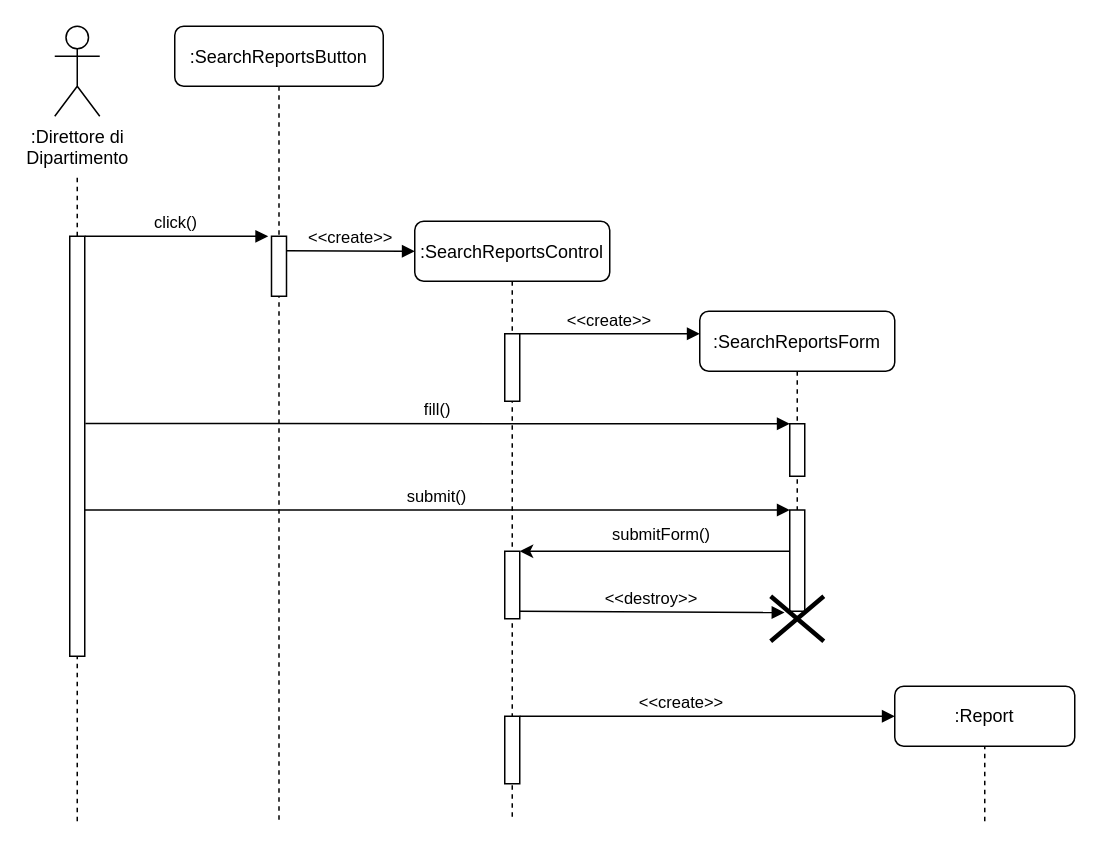
Earlier version of the draw.io diagram Documentazione/Resources/Sequence Diagram SearchReport.drawio (Alberto-00/EasyPass). Source tidied: cells renumbered, new cells numbered last; positions are measured from the earlier drawing's top-left corner, leaving out a move shared by most shapes. Both pictures are drawn from the tidied source at 150%, with x=0, y=0 at pixel (54, 26).
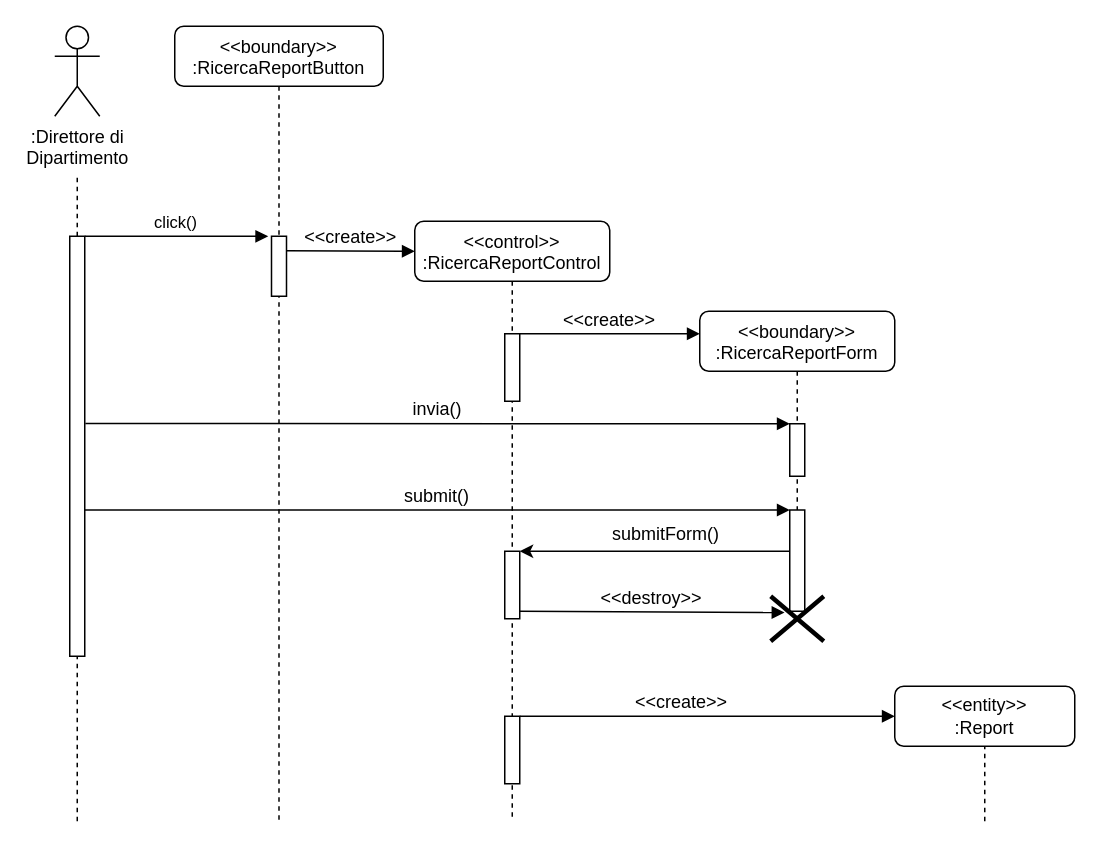
After the change.

Commit message (it also covers changes not shown here):
Sequence e Class Diagram

The change refers to these unchanged cells:
```xml
<mxCell id="13" style="points=[];perimeter=orthogonalPerimeter;rounded=0;shadow=0;strokeWidth=1;" parent="1" vertex="1">
  <mxGeometry x="10" y="140" width="10" height="280" as="geometry" />
</mxCell>
<mxCell id="19" style="shape=umlDestroy;whiteSpace=wrap;html=1;strokeWidth=3;" parent="14" vertex="1">
  <mxGeometry x="47.3" y="190" width="35.4" height="30" as="geometry" />
</mxCell>
```

The edit, as a diff of the source:
```diff
@@
-    <mxCell id="2" value=":SearchReportsButton" style="shape=umlLifeline;perimeter=lifelinePerimeter;rounded=1;shadow=0;strokeWidth=1;" parent="1" vertex="1">
+    <mxCell id="2" value="&lt;&lt;boundary&gt;&gt;&#10;:RicercaReportButton" style="shape=umlLifeline;perimeter=lifelinePerimeter;rounded=1;shadow=0;strokeWidth=1;fontSize=12;" parent="1" vertex="1">
       <mxGeometry x="80" width="139" height="530" as="geometry" />
     </mxCell>
@@
-    <mxCell id="4" value="&lt;&lt;create&gt;&gt;" style="verticalAlign=bottom;endArrow=block;shadow=0;strokeWidth=1;" parent="2" edge="1">
+    <mxCell id="4" value="&lt;&lt;create&gt;&gt;" style="verticalAlign=bottom;endArrow=block;shadow=0;strokeWidth=1;fontSize=12;" parent="2" edge="1">
       <mxGeometry relative="1" as="geometry">
         <mxPoint x="74.5" y="149.7" as="sourcePoint" />
         <mxPoint x="160" y="150" as="targetPoint" />
       </mxGeometry>
     </mxCell>
-    <mxCell id="5" value=":SearchReportsControl" style="shape=umlLifeline;perimeter=lifelinePerimeter;rounded=1;shadow=0;strokeWidth=1;" parent="1" vertex="1">
+    <mxCell id="5" value="&lt;&lt;control&gt;&gt;&#10;:RicercaReportControl" style="shape=umlLifeline;perimeter=lifelinePerimeter;rounded=1;shadow=0;strokeWidth=1;" parent="1" vertex="1">
       <mxGeometry x="240" y="130" width="130" height="400" as="geometry" />
     </mxCell>
@@
-    <mxCell id="7" value="&lt;&lt;create&gt;&gt;" style="verticalAlign=bottom;endArrow=block;shadow=0;strokeWidth=1;" parent="5" edge="1">
+    <mxCell id="7" value="&lt;&lt;create&gt;&gt;" style="verticalAlign=bottom;endArrow=block;shadow=0;strokeWidth=1;fontSize=12;" parent="5" edge="1">
       <mxGeometry relative="1" as="geometry">
         <mxPoint x="70" y="75" as="sourcePoint" />
         <mxPoint x="190" y="75" as="targetPoint" />
       </mxGeometry>
     </mxCell>
@@
-    <mxCell id="14" value=":SearchReportsForm" style="shape=umlLifeline;perimeter=lifelinePerimeter;rounded=1;shadow=0;strokeWidth=1;" parent="1" vertex="1">
+    <mxCell id="14" value="&lt;&lt;boundary&gt;&gt;&#10;:RicercaReportForm" style="shape=umlLifeline;perimeter=lifelinePerimeter;rounded=1;shadow=0;strokeWidth=1;" parent="1" vertex="1">
       <mxGeometry x="430" y="190" width="130" height="200" as="geometry" />
     </mxCell>
@@
-    <mxCell id="16" value="fill()" style="verticalAlign=bottom;endArrow=block;shadow=0;strokeWidth=1;entryX=-0.217;entryY=0.002;entryDx=0;entryDy=0;entryPerimeter=0;exitX=1.041;exitY=0.446;exitDx=0;exitDy=0;exitPerimeter=0;" parent="14" edge="1" source="13">
+    <mxCell id="16" value="invia()" style="verticalAlign=bottom;endArrow=block;shadow=0;strokeWidth=1;entryX=-0.217;entryY=0.002;entryDx=0;entryDy=0;entryPerimeter=0;exitX=1.041;exitY=0.446;exitDx=0;exitDy=0;exitPerimeter=0;fontSize=12;" parent="14" edge="1" source="13">
       <mxGeometry relative="1" as="geometry">
         <mxPoint x="60" y="75" as="targetPoint" />
       </mxGeometry>
     </mxCell>
@@
-    <mxCell id="18" value="submit()" style="verticalAlign=bottom;endArrow=block;shadow=0;strokeWidth=1;entryX=-0.217;entryY=0.002;entryDx=0;entryDy=0;entryPerimeter=0;exitX=1;exitY=0.658;exitDx=0;exitDy=0;exitPerimeter=0;" parent="14" edge="1">
+    <mxCell id="18" value="submit()" style="verticalAlign=bottom;endArrow=block;shadow=0;strokeWidth=1;entryX=-0.217;entryY=0.002;entryDx=0;entryDy=0;entryPerimeter=0;exitX=1;exitY=0.658;exitDx=0;exitDy=0;exitPerimeter=0;fontSize=12;" parent="14" edge="1">
       <mxGeometry relative="1" as="geometry">
         <mxPoint x="-410" y="132.5" as="sourcePoint" />
         <mxPoint x="60" y="132.5" as="targetPoint" />
       </mxGeometry>
     </mxCell>
@@
-    <mxCell id="21" value="&lt;span style=&quot;color: rgb(0 , 0 , 0) ; font-family: &amp;#34;helvetica&amp;#34; ; font-size: 11px ; font-style: normal ; font-weight: 400 ; letter-spacing: normal ; text-align: center ; text-indent: 0px ; text-transform: none ; word-spacing: 0px ; background-color: rgb(255 , 255 , 255) ; display: inline ; float: none&quot;&gt;submitForm()&lt;/span&gt;" style="text;whiteSpace=wrap;html=1;" parent="1" vertex="1">
+    <mxCell id="21" value="&lt;span style=&quot;color: rgb(0 , 0 , 0) ; font-family: &amp;#34;helvetica&amp;#34; ; font-style: normal ; font-weight: 400 ; letter-spacing: normal ; text-align: center ; text-indent: 0px ; text-transform: none ; word-spacing: 0px ; background-color: rgb(255 , 255 , 255) ; display: inline ; float: none&quot;&gt;&lt;font style=&quot;font-size: 12px&quot;&gt;submitForm()&lt;/font&gt;&lt;/span&gt;" style="text;whiteSpace=wrap;html=1;" parent="1" vertex="1">
       <mxGeometry x="370" y="325" width="40" height="30" as="geometry" />
     </mxCell>
-    <mxCell id="22" value="&lt;&lt;destroy&gt;&gt;" style="verticalAlign=bottom;endArrow=block;shadow=0;strokeWidth=1;entryX=0.26;entryY=0.361;entryDx=0;entryDy=0;entryPerimeter=0;" parent="1" edge="1" target="19">
+    <mxCell id="22" value="&lt;&lt;destroy&gt;&gt;" style="verticalAlign=bottom;endArrow=block;shadow=0;strokeWidth=1;entryX=0.26;entryY=0.361;entryDx=0;entryDy=0;entryPerimeter=0;fontSize=12;" parent="1" edge="1" target="19">
       <mxGeometry relative="1" as="geometry">
         <mxPoint x="310" y="390" as="sourcePoint" />
       </mxGeometry>
     </mxCell>
-    <mxCell id="23" value="&lt;&lt;create&gt;&gt;" style="verticalAlign=bottom;endArrow=block;shadow=0;strokeWidth=1;" parent="1" edge="1">
+    <mxCell id="23" value="&lt;&lt;create&gt;&gt;" style="verticalAlign=bottom;endArrow=block;shadow=0;strokeWidth=1;fontSize=12;" parent="1" edge="1">
       <mxGeometry x="-0.14" relative="1" as="geometry">
         <mxPoint x="310" y="460" as="sourcePoint" />
         <mxPoint x="560" y="460" as="targetPoint" />
         <Array as="points">
           <mxPoint x="420" y="460" />
         </Array>
       </mxGeometry>
     </mxCell>
-    <mxCell id="24" value=":Report" style="rounded=1;whiteSpace=wrap;html=1;" parent="1" vertex="1">
+    <mxCell id="24" value="&amp;lt;&amp;lt;entity&amp;gt;&amp;gt;&lt;br&gt;:Report" style="rounded=1;whiteSpace=wrap;html=1;" parent="1" vertex="1">
       <mxGeometry x="560" y="440" width="120" height="40" as="geometry" />
     </mxCell>
```
